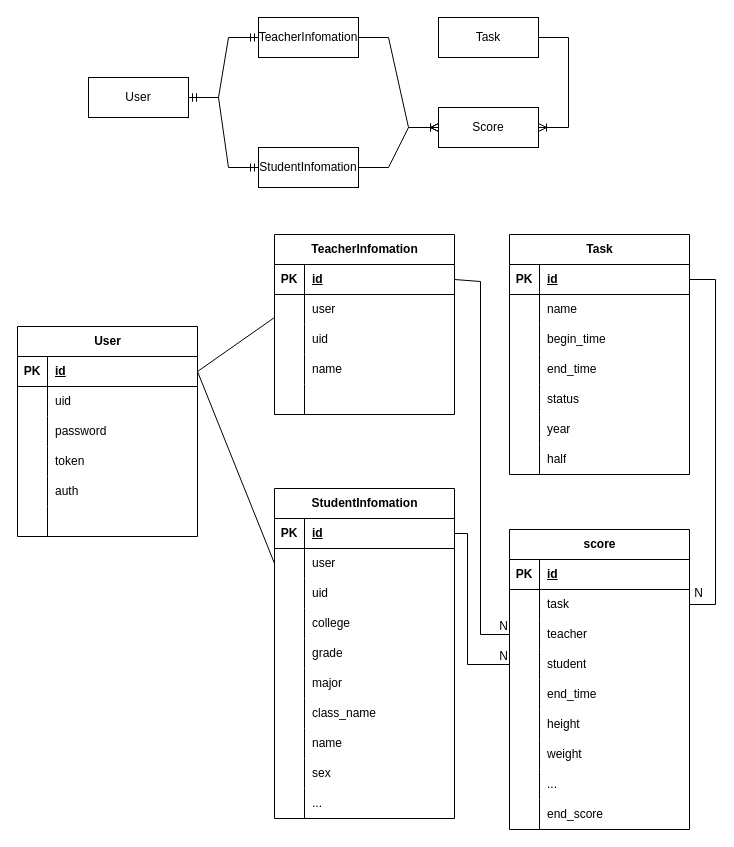
The draw.io diagram page "第 5 页" (5 of 5) of usercase.drawio in CNpupil/tice, before the edit. Source tidied: cells renumbered, new cells numbered last; positions are measured from the earlier drawing's top-left corner, leaving out a move shared by most shapes. Both pictures are drawn from the tidied source at 100%, with x=0, y=0 at pixel (17, 17).
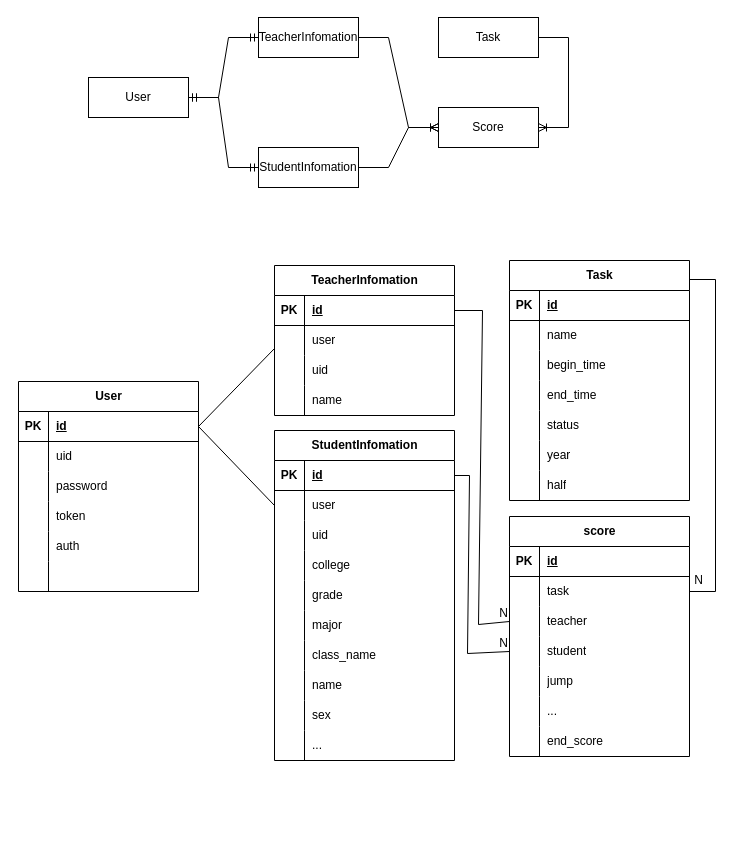
Above is the later version.

The change refers to these unchanged cells:
```xml
<mxCell id="32" style="shape=tableRow;horizontal=0;startSize=0;swimlaneHead=0;swimlaneBody=0;fillColor=none;points=[[0,0.5],[1,0.5]];portConstraint=eastwest;top=0;left=0;right=0;bottom=1;labelBackgroundColor=none;" parent="31" vertex="1">
  <mxGeometry y="30" width="180" height="30" as="geometry" />
</mxCell>
<mxCell id="48" style="shape=tableRow;horizontal=0;startSize=0;swimlaneHead=0;swimlaneBody=0;fillColor=none;points=[[0,0.5],[1,0.5]];portConstraint=eastwest;top=0;left=0;right=0;bottom=1;labelBackgroundColor=none;" parent="47" vertex="1">
  <mxGeometry y="30" width="180" height="30" as="geometry" />
</mxCell>
<mxCell id="104" style="shape=tableRow;horizontal=0;startSize=0;swimlaneHead=0;swimlaneBody=0;fillColor=none;points=[[0,0.5],[1,0.5]];portConstraint=eastwest;top=0;left=0;right=0;bottom=0;labelBackgroundColor=none;" parent="100" vertex="1">
  <mxGeometry y="60" width="180" height="30" as="geometry" />
</mxCell>
<mxCell id="107" style="shape=tableRow;horizontal=0;startSize=0;swimlaneHead=0;swimlaneBody=0;fillColor=none;points=[[0,0.5],[1,0.5]];portConstraint=eastwest;top=0;left=0;right=0;bottom=0;labelBackgroundColor=none;" parent="100" vertex="1">
  <mxGeometry y="90" width="180" height="30" as="geometry" />
</mxCell>
<mxCell id="110" style="shape=tableRow;horizontal=0;startSize=0;swimlaneHead=0;swimlaneBody=0;fillColor=none;points=[[0,0.5],[1,0.5]];portConstraint=eastwest;top=0;left=0;right=0;bottom=0;labelBackgroundColor=none;" parent="100" vertex="1">
  <mxGeometry y="120" width="180" height="30" as="geometry" />
</mxCell>
<mxCell id="113" style="shape=tableRow;horizontal=0;startSize=0;swimlaneHead=0;swimlaneBody=0;fillColor=none;top=0;left=0;right=0;bottom=0;labelBackgroundColor=none;" parent="100" vertex="1">
  <mxGeometry y="150" width="180" height="30" as="geometry" />
</mxCell>
<mxCell id="116" style="shape=tableRow;horizontal=0;startSize=0;swimlaneHead=0;swimlaneBody=0;fillColor=none;top=0;left=0;right=0;bottom=0;labelBackgroundColor=none;" parent="100" vertex="1">
  <mxGeometry y="180" width="180" height="30" as="geometry" />
</mxCell>
<mxCell id="119" style="shape=tableRow;horizontal=0;startSize=0;swimlaneHead=0;swimlaneBody=0;fillColor=none;top=0;left=0;right=0;bottom=0;labelBackgroundColor=none;" parent="100" vertex="1">
  <mxGeometry y="210" width="180" height="30" as="geometry" />
</mxCell>
```

Diff of the diagram source:
```diff
@@
     <mxCell id="7" value="User" style="shape=table;startSize=30;childLayout=tableLayout;rowLines=0;fontStyle=1;align=center;html=1;labelBackgroundColor=none;" parent="1" vertex="1">
-      <mxGeometry y="309" width="180" height="210" as="geometry" />
+      <mxGeometry x="1" y="364" width="180" height="210" as="geometry" />
     </mxCell>
@@
     <mxCell id="31" value="TeacherInfomation" style="shape=table;startSize=30;childLayout=tableLayout;rowLines=0;fontStyle=1;align=center;html=1;labelBackgroundColor=none;" parent="1" vertex="1">
-      <mxGeometry x="257" y="217" width="180" height="180" as="geometry" />
+      <mxGeometry x="257" y="248" width="180" height="150" as="geometry" />
     </mxCell>
@@
-    <mxCell id="44" style="shape=tableRow;horizontal=0;startSize=0;swimlaneHead=0;swimlaneBody=0;fillColor=none;top=0;left=0;right=0;bottom=0;labelBackgroundColor=none;" parent="31" vertex="1">
-      <mxGeometry y="150" width="180" height="30" as="geometry" />
-    </mxCell>
-    <mxCell id="45" style="shape=partialRectangle;fillColor=none;top=0;left=0;bottom=0;right=0;overflow=hidden;whiteSpace=wrap;html=1;labelBackgroundColor=none;" parent="44" vertex="1">
-      <mxGeometry width="30" height="30" as="geometry" />
-    </mxCell>
-    <mxCell id="46" style="shape=partialRectangle;fillColor=none;top=0;left=0;bottom=0;right=0;align=left;spacingLeft=6;overflow=hidden;whiteSpace=wrap;html=1;labelBackgroundColor=none;" parent="44" vertex="1">
-      <mxGeometry x="30" width="150" height="30" as="geometry" />
-    </mxCell>
     <mxCell id="47" value="StudentInfomation" style="shape=table;startSize=30;childLayout=tableLayout;rowLines=0;fontStyle=1;align=center;html=1;labelBackgroundColor=none;" parent="1" vertex="1">
-      <mxGeometry x="257" y="471" width="180" height="330" as="geometry" />
+      <mxGeometry x="257" y="413" width="180" height="330" as="geometry" />
     </mxCell>
@@
     <mxCell id="78" value="Task" style="shape=table;startSize=30;childLayout=tableLayout;rowLines=0;fontStyle=1;align=center;html=1;labelBackgroundColor=none;" parent="1" vertex="1">
-      <mxGeometry x="492" y="217" width="180" height="240" as="geometry" />
+      <mxGeometry x="492" y="243" width="180" height="240" as="geometry" />
     </mxCell>
@@
     <mxCell id="100" value="score" style="shape=table;startSize=30;childLayout=tableLayout;rowLines=0;fontStyle=1;align=center;html=1;labelBackgroundColor=none;" parent="1" vertex="1">
-      <mxGeometry x="492" y="512" width="180" height="300" as="geometry" />
+      <mxGeometry x="492" y="499" width="180" height="240" as="geometry" />
     </mxCell>
@@
-    <mxCell id="115" value="end_time" style="shape=partialRectangle;fillColor=none;top=0;left=0;bottom=0;right=0;align=left;spacingLeft=6;overflow=hidden;whiteSpace=wrap;html=1;labelBackgroundColor=none;" parent="113" vertex="1">
+    <mxCell id="115" value="jump" style="shape=partialRectangle;fillColor=none;top=0;left=0;bottom=0;right=0;align=left;spacingLeft=6;overflow=hidden;whiteSpace=wrap;html=1;labelBackgroundColor=none;" parent="113" vertex="1">
       <mxGeometry x="30" width="150" height="30" as="geometry" />
     </mxCell>
@@
-    <mxCell id="118" value="height" style="shape=partialRectangle;fillColor=none;top=0;left=0;bottom=0;right=0;align=left;spacingLeft=6;overflow=hidden;whiteSpace=wrap;html=1;labelBackgroundColor=none;" parent="116" vertex="1">
+    <mxCell id="118" value="..." style="shape=partialRectangle;fillColor=none;top=0;left=0;bottom=0;right=0;align=left;spacingLeft=6;overflow=hidden;whiteSpace=wrap;html=1;labelBackgroundColor=none;" parent="116" vertex="1">
       <mxGeometry x="30" width="150" height="30" as="geometry" />
     </mxCell>
@@
-    <mxCell id="121" value="weight" style="shape=partialRectangle;fillColor=none;top=0;left=0;bottom=0;right=0;align=left;spacingLeft=6;overflow=hidden;whiteSpace=wrap;html=1;labelBackgroundColor=none;" parent="119" vertex="1">
+    <mxCell id="121" value="end_score" style="shape=partialRectangle;fillColor=none;top=0;left=0;bottom=0;right=0;align=left;spacingLeft=6;overflow=hidden;whiteSpace=wrap;html=1;labelBackgroundColor=none;" parent="119" vertex="1">
       <mxGeometry x="30" width="150" height="30" as="geometry" />
     </mxCell>
-    <mxCell id="122" style="shape=tableRow;horizontal=0;startSize=0;swimlaneHead=0;swimlaneBody=0;fillColor=none;top=0;left=0;right=0;bottom=0;labelBackgroundColor=none;" parent="100" vertex="1">
-      <mxGeometry y="240" width="180" height="30" as="geometry" />
-    </mxCell>
-    <mxCell id="123" style="shape=partialRectangle;fillColor=none;top=0;left=0;bottom=0;right=0;overflow=hidden;whiteSpace=wrap;html=1;labelBackgroundColor=none;" parent="122" vertex="1">
-      <mxGeometry width="30" height="30" as="geometry" />
-    </mxCell>
-    <mxCell id="124" value="..." style="shape=partialRectangle;fillColor=none;top=0;left=0;bottom=0;right=0;align=left;spacingLeft=6;overflow=hidden;whiteSpace=wrap;html=1;labelBackgroundColor=none;" parent="122" vertex="1">
-      <mxGeometry x="30" width="150" height="30" as="geometry" />
-    </mxCell>
-    <mxCell id="125" style="shape=tableRow;horizontal=0;startSize=0;swimlaneHead=0;swimlaneBody=0;fillColor=none;top=0;left=0;right=0;bottom=0;labelBackgroundColor=none;" parent="100" vertex="1">
-      <mxGeometry y="270" width="180" height="30" as="geometry" />
-    </mxCell>
-    <mxCell id="126" style="shape=partialRectangle;fillColor=none;top=0;left=0;bottom=0;right=0;overflow=hidden;whiteSpace=wrap;html=1;labelBackgroundColor=none;" parent="125" vertex="1">
-      <mxGeometry width="30" height="30" as="geometry" />
-    </mxCell>
-    <mxCell id="127" value="end_score" style="shape=partialRectangle;fillColor=none;top=0;left=0;bottom=0;right=0;align=left;spacingLeft=6;overflow=hidden;whiteSpace=wrap;html=1;labelBackgroundColor=none;" parent="125" vertex="1">
-      <mxGeometry x="30" width="150" height="30" as="geometry" />
-    </mxCell>
@@
     <mxCell id="130" style="endArrow=none;html=1;rounded=0;entryX=0;entryY=0.5;entryDx=0;entryDy=0;exitX=1;exitY=0.5;exitDx=0;exitDy=0;" parent="1" edge="1" source="32" target="107">
       <mxGeometry relative="1" as="geometry">
         <Array as="points">
-          <mxPoint x="463" y="264" />
-          <mxPoint x="463" y="617" />
+          <mxPoint x="465" y="293" />
+          <mxPoint x="461" y="607" />
         </Array>
       </mxGeometry>
     </mxCell>
@@
     <mxCell id="132" style="endArrow=none;html=1;rounded=0;entryX=0;entryY=0.5;entryDx=0;entryDy=0;exitX=1;exitY=0.5;exitDx=0;exitDy=0;" parent="1" edge="1" source="48" target="110">
       <mxGeometry relative="1" as="geometry">
         <Array as="points">
-          <mxPoint x="450" y="516" />
-          <mxPoint x="450" y="647" />
+          <mxPoint x="452" y="458" />
+          <mxPoint x="450" y="636" />
         </Array>
       </mxGeometry>
     </mxCell>
@@
     <mxCell id="134" style="endArrow=none;html=1;rounded=0;entryX=1;entryY=0.5;entryDx=0;entryDy=0;exitX=1;exitY=0.5;exitDx=0;exitDy=0;" parent="1" edge="1" target="104">
       <mxGeometry relative="1" as="geometry">
         <mxPoint x="672" y="262" as="sourcePoint" />
         <Array as="points">
           <mxPoint x="698" y="262" />
-          <mxPoint x="698" y="587" />
+          <mxPoint x="698" y="574" />
         </Array>
       </mxGeometry>
     </mxCell>
```
